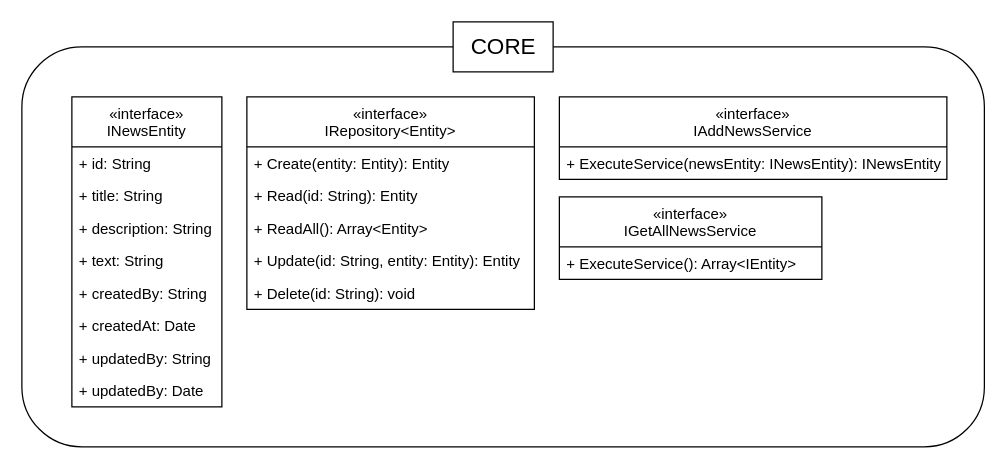
Above: img/CORE_diagram.drawio in carlCarlson6/CamillionCodeAssignment (draw.io), before the change. Source tidied: cells renumbered, new cells numbered last; positions are measured from the earlier drawing's top-left corner, leaving out a move shared by most shapes. Both pictures are drawn from the tidied source at 125%, with x=0, y=0 at pixel (21, 21).
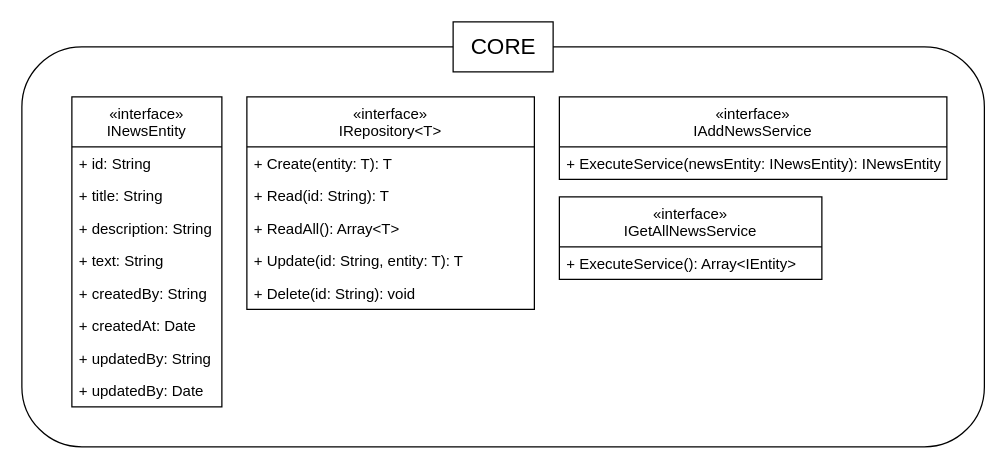
The same page after the edit.

Change to the diagram source:
```diff
@@
-    <mxCell id="13" value="«interface»&#10;IRepository&lt;Entity&gt;" style="swimlane;fontStyle=0;horizontal=1;startSize=40;fillColor=none;" parent="1" vertex="1">
+    <mxCell id="13" value="«interface»&#10;IRepository&lt;T&gt;" style="swimlane;fontStyle=0;horizontal=1;startSize=40;fillColor=none;" parent="1" vertex="1">
       <mxGeometry x="180" y="60" width="230" height="170" as="geometry" />
     </mxCell>
-    <mxCell id="14" value="+ Create(entity: Entity): Entity" style="text;strokeColor=none;fillColor=none;align=left;verticalAlign=top;spacingLeft=4;spacingRight=4;overflow=hidden;" parent="13" vertex="1">
+    <mxCell id="14" value="+ Create(entity: T): T" style="text;strokeColor=none;fillColor=none;align=left;verticalAlign=top;spacingLeft=4;spacingRight=4;overflow=hidden;" parent="13" vertex="1">
       <mxGeometry y="40" width="230" height="26" as="geometry" />
     </mxCell>
-    <mxCell id="15" value="+ Read(id: String): Entity" style="text;strokeColor=none;fillColor=none;align=left;verticalAlign=top;spacingLeft=4;spacingRight=4;overflow=hidden;" parent="13" vertex="1">
+    <mxCell id="15" value="+ Read(id: String): T" style="text;strokeColor=none;fillColor=none;align=left;verticalAlign=top;spacingLeft=4;spacingRight=4;overflow=hidden;" parent="13" vertex="1">
       <mxGeometry y="66" width="230" height="26" as="geometry" />
     </mxCell>
-    <mxCell id="16" value="+ ReadAll(): Array&lt;Entity&gt;" style="text;strokeColor=none;fillColor=none;align=left;verticalAlign=top;spacingLeft=4;spacingRight=4;overflow=hidden;" parent="13" vertex="1">
+    <mxCell id="16" value="+ ReadAll(): Array&lt;T&gt;" style="text;strokeColor=none;fillColor=none;align=left;verticalAlign=top;spacingLeft=4;spacingRight=4;overflow=hidden;" parent="13" vertex="1">
       <mxGeometry y="92" width="230" height="26" as="geometry" />
     </mxCell>
-    <mxCell id="17" value="+ Update(id: String, entity: Entity): Entity" style="text;strokeColor=none;fillColor=none;align=left;verticalAlign=top;spacingLeft=4;spacingRight=4;overflow=hidden;" parent="13" vertex="1">
+    <mxCell id="17" value="+ Update(id: String, entity: T): T" style="text;strokeColor=none;fillColor=none;align=left;verticalAlign=top;spacingLeft=4;spacingRight=4;overflow=hidden;" parent="13" vertex="1">
       <mxGeometry y="118" width="230" height="26" as="geometry" />
     </mxCell>
```
